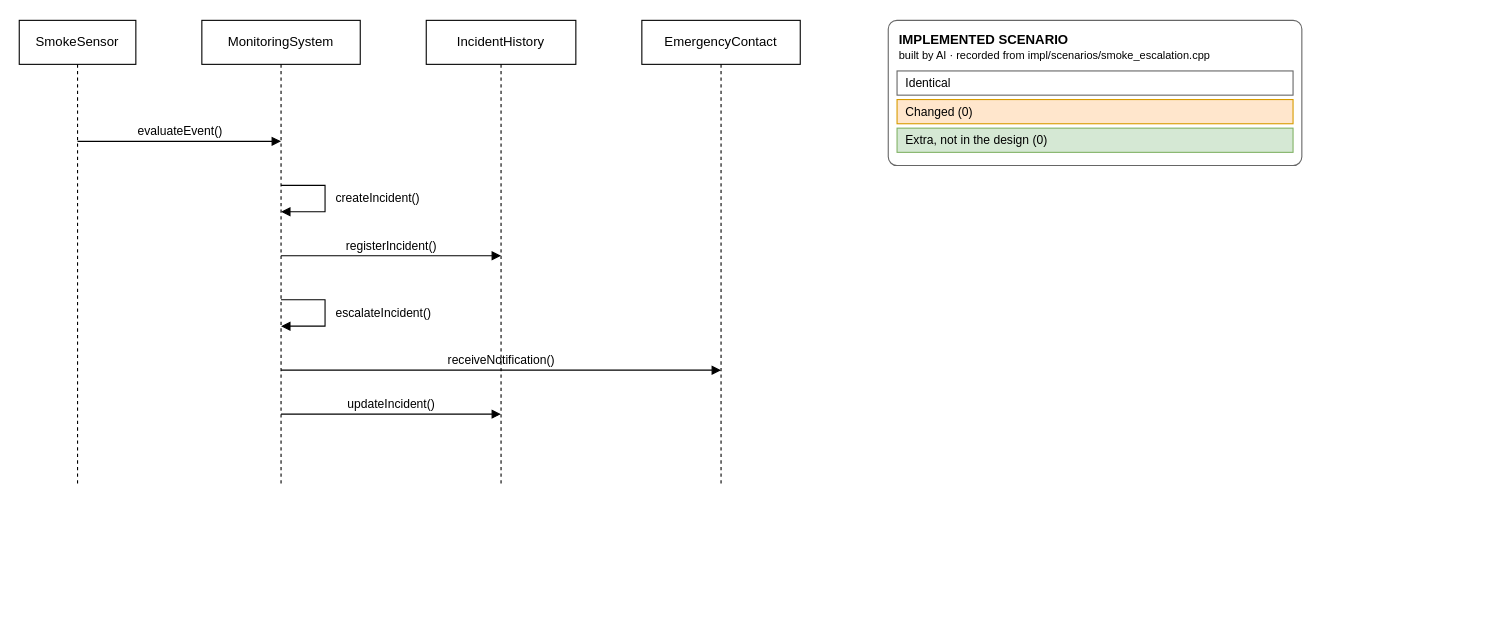
Earlier version of the draw.io diagram page "2 - Implemented (AI)" (2 of 2) of project/diagrams/output/sequence-smoke_escalation-comparison.drawio (hytte-monitoring/hytte-monitoring.github.io). Source tidied: cells renumbered, new cells numbered last; positions are measured from the earlier drawing's top-left corner, leaving out a move shared by most shapes. Both pictures are drawn from the tidied source at 110%, with x=0, y=0 at pixel (19, 20).
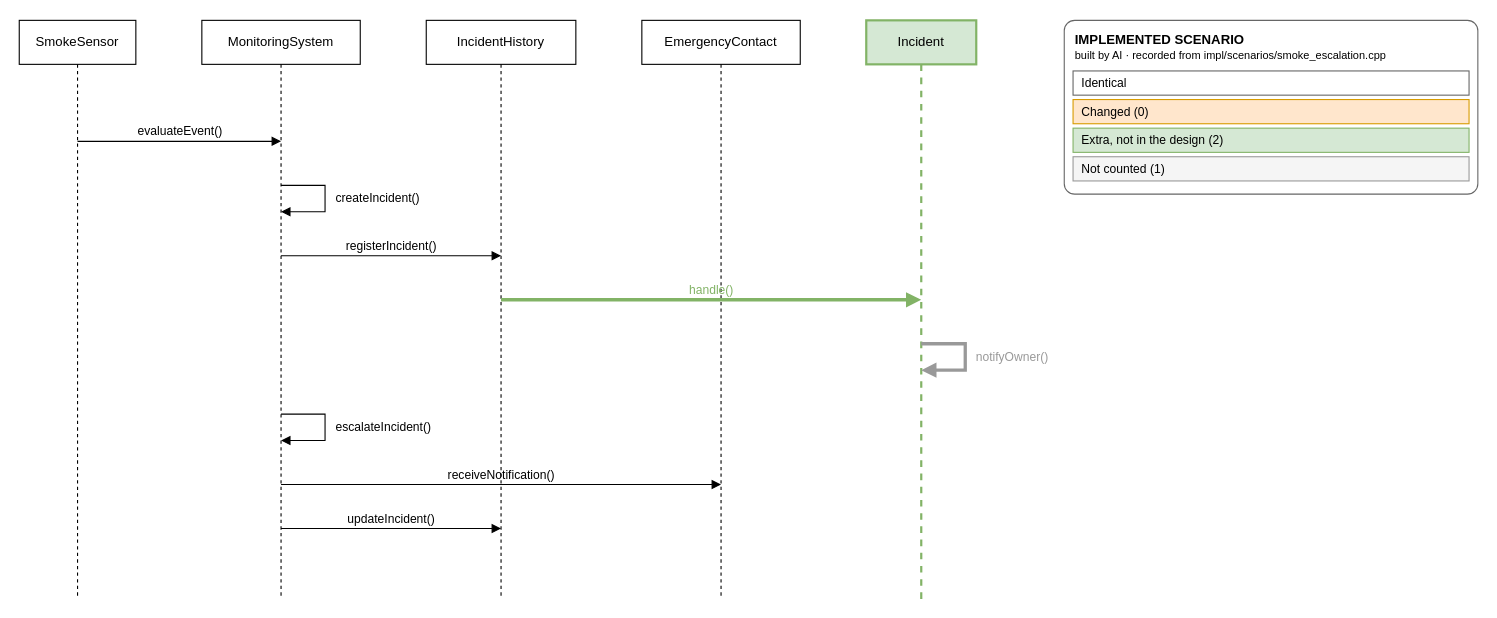
The same page after the edit.

What changed in the source:
```diff
@@
     <mxCell id="2" value="SmokeSensor" style="shape=umlLifeline;perimeter=lifelinePerimeter;whiteSpace=wrap;html=1;outlineConnect=0;portConstraint=eastwest;size=40;" parent="1" vertex="1">
-      <mxGeometry width="106" height="422" as="geometry" />
+      <mxGeometry width="106" height="526" as="geometry" />
     </mxCell>
     <mxCell id="3" value="MonitoringSystem" style="shape=umlLifeline;perimeter=lifelinePerimeter;whiteSpace=wrap;html=1;outlineConnect=0;portConstraint=eastwest;size=40;" parent="1" vertex="1">
-      <mxGeometry x="166" width="144" height="422" as="geometry" />
+      <mxGeometry x="166" width="144" height="526" as="geometry" />
     </mxCell>
     <mxCell id="4" value="IncidentHistory" style="shape=umlLifeline;perimeter=lifelinePerimeter;whiteSpace=wrap;html=1;outlineConnect=0;portConstraint=eastwest;size=40;" parent="1" vertex="1">
-      <mxGeometry x="370" width="136" height="422" as="geometry" />
+      <mxGeometry x="370" width="136" height="526" as="geometry" />
     </mxCell>
-    <mxCell id="5" value="EmergencyContact" style="shape=umlLifeline;perimeter=lifelinePerimeter;whiteSpace=wrap;html=1;outlineConnect=0;portConstraint=eastwest;size=40;" parent="1" vertex="1">
-      <mxGeometry x="566" width="144" height="422" as="geometry" />
+    <mxCell id="5" value="Incident" style="shape=umlLifeline;perimeter=lifelinePerimeter;whiteSpace=wrap;html=1;outlineConnect=0;portConstraint=eastwest;size=40;fillColor=#d5e8d4;swimlaneFillColor=#d5e8d4;strokeColor=#82b366;strokeWidth=2;" parent="1" vertex="1">
+      <mxGeometry x="770" width="100" height="526" as="geometry" />
     </mxCell>
+    <mxCell id="16" value="EmergencyContact" style="shape=umlLifeline;perimeter=lifelinePerimeter;whiteSpace=wrap;html=1;outlineConnect=0;portConstraint=eastwest;size=40;" parent="1" vertex="1">
+      <mxGeometry x="566" width="144" height="526" as="geometry" />
+    </mxCell>
-    <mxCell id="6" value="evaluateEvent()" style="html=1;verticalAlign=bottom;labelBackgroundColor=none;endArrow=block;endFill=1;curved=0;rounded=0;exitX=0.5;exitY=0.2607;exitPerimeter=0;entryX=0.5;entryY=0.2607;entryPerimeter=0;" parent="1" edge="1" source="2" target="3">
+    <mxCell id="6" value="evaluateEvent()" style="html=1;verticalAlign=bottom;labelBackgroundColor=none;endArrow=block;endFill=1;curved=0;rounded=0;exitX=0.5;exitY=0.2091;exitPerimeter=0;entryX=0.5;entryY=0.2091;entryPerimeter=0;" parent="1" edge="1" source="2" target="3">
       <mxGeometry relative="1" as="geometry" />
     </mxCell>
-    <mxCell id="7" value="createIncident()" style="html=1;verticalAlign=bottom;labelBackgroundColor=none;endArrow=block;endFill=1;curved=0;rounded=0;exitX=0.5;exitY=0.3555;exitPerimeter=0;entryX=0.5;entryY=0.4123;entryPerimeter=0;align=left;verticalAlign=middle;" parent="1" edge="1" source="3" target="3">
+    <mxCell id="7" value="createIncident()" style="html=1;verticalAlign=bottom;labelBackgroundColor=none;endArrow=block;endFill=1;curved=0;rounded=0;exitX=0.5;exitY=0.2852;exitPerimeter=0;entryX=0.5;entryY=0.3308;entryPerimeter=0;align=left;verticalAlign=middle;" parent="1" edge="1" source="3" target="3">
       <mxGeometry relative="1" as="geometry">
         <Array as="points">
           <mxPoint x="278" y="150" />
           <mxPoint x="278" y="174" />
         </Array>
         <mxPoint x="8" as="offset" />
       </mxGeometry>
     </mxCell>
-    <mxCell id="8" value="registerIncident()" style="html=1;verticalAlign=bottom;labelBackgroundColor=none;endArrow=block;endFill=1;curved=0;rounded=0;exitX=0.5;exitY=0.5071;exitPerimeter=0;entryX=0.5;entryY=0.5071;entryPerimeter=0;" parent="1" edge="1" source="3" target="4">
+    <mxCell id="8" value="registerIncident()" style="html=1;verticalAlign=bottom;labelBackgroundColor=none;endArrow=block;endFill=1;curved=0;rounded=0;exitX=0.5;exitY=0.4068;exitPerimeter=0;entryX=0.5;entryY=0.4068;entryPerimeter=0;" parent="1" edge="1" source="3" target="4">
       <mxGeometry relative="1" as="geometry" />
     </mxCell>
-    <mxCell id="9" value="escalateIncident()" style="html=1;verticalAlign=bottom;labelBackgroundColor=none;endArrow=block;endFill=1;curved=0;rounded=0;exitX=0.5;exitY=0.6019;exitPerimeter=0;entryX=0.5;entryY=0.6588;entryPerimeter=0;align=left;verticalAlign=middle;" parent="1" edge="1" source="3" target="3">
-      <mxGeometry relative="1" as="geometry">
-        <Array as="points">
-          <mxPoint x="278" y="254" />
-          <mxPoint x="278" y="278" />
-        </Array>
-        <mxPoint x="8" as="offset" />
-      </mxGeometry>
+    <mxCell id="9" value="handle()" style="html=1;verticalAlign=bottom;labelBackgroundColor=none;endArrow=block;endFill=1;curved=0;rounded=0;exitX=0.5;exitY=0.4829;exitPerimeter=0;entryX=0.5;entryY=0.4829;entryPerimeter=0;strokeColor=#82b366;strokeWidth=3;fontColor=#82b366;" parent="1" edge="1" source="4" target="5">
+      <mxGeometry relative="1" as="geometry" />
     </mxCell>
-    <mxCell id="10" value="receiveNotification()" style="html=1;verticalAlign=bottom;labelBackgroundColor=none;endArrow=block;endFill=1;curved=0;rounded=0;exitX=0.5;exitY=0.7536;exitPerimeter=0;entryX=0.5;entryY=0.7536;entryPerimeter=0;" parent="1" edge="1" source="3" target="5">
-      <mxGeometry relative="1" as="geometry" />
+    <mxCell id="10" value="notifyOwner()" style="html=1;verticalAlign=bottom;labelBackgroundColor=none;endArrow=block;endFill=1;curved=0;rounded=0;exitX=0.5;exitY=0.5589;exitPerimeter=0;entryX=0.5;entryY=0.6046;entryPerimeter=0;align=left;verticalAlign=middle;strokeColor=#999999;strokeWidth=3;fontColor=#999999;" parent="1" edge="1" source="5" target="5">
+      <mxGeometry relative="1" as="geometry">
+        <Array as="points">
+          <mxPoint x="860" y="294" />
+          <mxPoint x="860" y="318" />
+        </Array>
+        <mxPoint x="8" as="offset" />
+      </mxGeometry>
     </mxCell>
-    <mxCell id="11" value="updateIncident()" style="html=1;verticalAlign=bottom;labelBackgroundColor=none;endArrow=block;endFill=1;curved=0;rounded=0;exitX=0.5;exitY=0.8483;exitPerimeter=0;entryX=0.5;entryY=0.8483;entryPerimeter=0;" parent="1" edge="1" source="3" target="4">
-      <mxGeometry relative="1" as="geometry" />
+    <mxCell id="11" value="escalateIncident()" style="html=1;verticalAlign=bottom;labelBackgroundColor=none;endArrow=block;endFill=1;curved=0;rounded=0;exitX=0.5;exitY=0.6806;exitPerimeter=0;entryX=0.5;entryY=0.7262;entryPerimeter=0;align=left;verticalAlign=middle;" parent="1" edge="1" source="3" target="3">
+      <mxGeometry relative="1" as="geometry">
+        <Array as="points">
+          <mxPoint x="278" y="358" />
+          <mxPoint x="278" y="382" />
+        </Array>
+        <mxPoint x="8" as="offset" />
+      </mxGeometry>
     </mxCell>
+    <mxCell id="17" value="receiveNotification()" style="html=1;verticalAlign=bottom;labelBackgroundColor=none;endArrow=block;endFill=1;curved=0;rounded=0;exitX=0.5;exitY=0.8023;exitPerimeter=0;entryX=0.5;entryY=0.8023;entryPerimeter=0;" parent="1" edge="1" source="3" target="16">
+      <mxGeometry relative="1" as="geometry" />
+    </mxCell>
+    <mxCell id="18" value="updateIncident()" style="html=1;verticalAlign=bottom;labelBackgroundColor=none;endArrow=block;endFill=1;curved=0;rounded=0;exitX=0.5;exitY=0.8783;exitPerimeter=0;entryX=0.5;entryY=0.8783;entryPerimeter=0;" parent="1" edge="1" source="3" target="4">
+      <mxGeometry relative="1" as="geometry" />
+    </mxCell>
     <mxCell id="12" value="&lt;b&gt;IMPLEMENTED SCENARIO&lt;/b&gt;&lt;br&gt;&lt;font style=&quot;font-size:10px&quot;&gt;built by AI · recorded from impl/scenarios/smoke_escalation.cpp&lt;/font&gt;" style="rounded=1;arcSize=6;whiteSpace=wrap;html=1;align=left;verticalAlign=top;spacingLeft=8;spacingTop=4;fillColor=#ffffff;strokeColor=#666666;" parent="1" vertex="1">
-      <mxGeometry x="790" width="376" height="132" as="geometry" />
+      <mxGeometry x="950" width="376" height="158" as="geometry" />
     </mxCell>
@@
-    <mxCell id="15" value="Extra, not in the design (0)" style="rounded=0;whiteSpace=wrap;html=1;align=left;spacingLeft=6;fontSize=11;fillColor=#d5e8d4;strokeColor=#82b366;" parent="12" vertex="1">
+    <mxCell id="15" value="Extra, not in the design (2)" style="rounded=0;whiteSpace=wrap;html=1;align=left;spacingLeft=6;fontSize=11;fillColor=#d5e8d4;strokeColor=#82b366;" parent="12" vertex="1">
       <mxGeometry x="8" y="98" width="360" height="22" as="geometry" />
     </mxCell>
+    <mxCell id="19" value="Not counted (1)" style="rounded=0;whiteSpace=wrap;html=1;align=left;spacingLeft=6;fontSize=11;fillColor=#f5f5f5;strokeColor=#999999;" parent="12" vertex="1">
+      <mxGeometry x="8" y="124" width="360" height="22" as="geometry" />
+    </mxCell>
```
